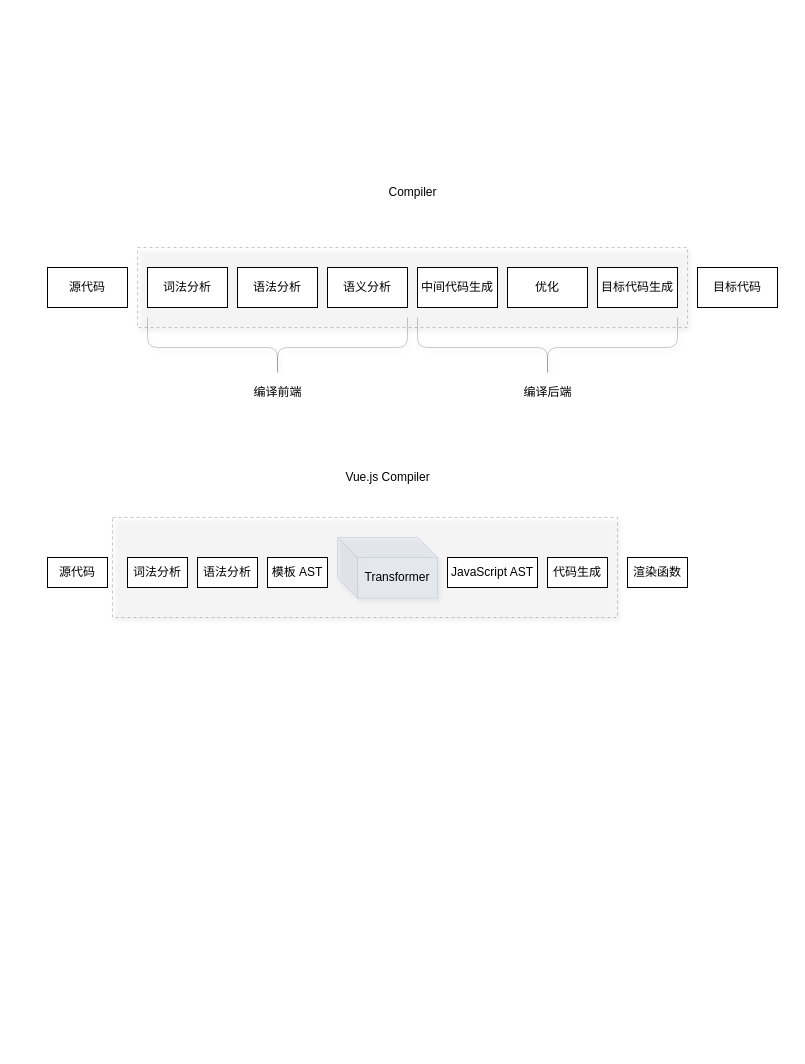
Before: page "编译器" (1 of 2) of books/Vue.js设计与实现/vue.js 3.drawio in yzqzy/notes, a draw.io diagram. Source tidied: cells renumbered, new cells numbered last; positions are measured from the earlier drawing's top-left corner, leaving out a move shared by most shapes. Both pictures are drawn from the tidied source at 100%, with x=0, y=0 at pixel (47, 177).
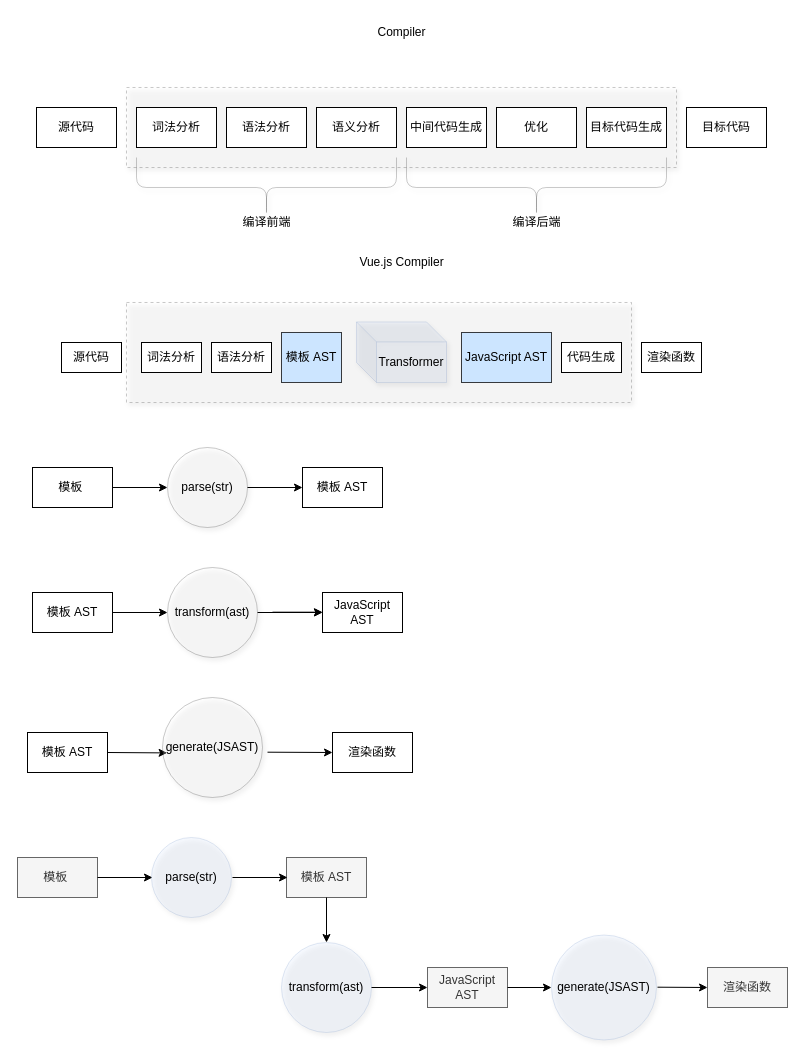
The same page after the edit.

Commit message:
perf(vue3)：vue template to render function

The edit, as a diff of the source:
```diff
@@
     <mxCell id="2" style="rounded=0;whiteSpace=wrap;html=1;shadow=1;opacity=21;dashed=1;fixDash=0;" parent="1" vertex="1">
-      <mxGeometry x="65" y="340" width="505" height="100" as="geometry" />
+      <mxGeometry x="79" y="125" width="505" height="100" as="geometry" />
     </mxCell>
     <mxCell id="3" style="rounded=0;whiteSpace=wrap;html=1;shadow=1;opacity=21;dashed=1;fixDash=0;" parent="1" vertex="1">
-      <mxGeometry x="90" y="70" width="550" height="80" as="geometry" />
+      <mxGeometry x="79" y="-90" width="550" height="80" as="geometry" />
     </mxCell>
     <mxCell id="4" value="Compiler&lt;br&gt;" style="text;html=1;align=center;verticalAlign=middle;strokeColor=none;fillColor=none;" parent="1" vertex="1">
-      <mxGeometry x="330" width="70" height="30" as="geometry" />
+      <mxGeometry x="319" y="-160" width="70" height="30" as="geometry" />
     </mxCell>
     <mxCell id="5" value="源代码" style="whiteSpace=wrap;html=1;" parent="1" vertex="1">
-      <mxGeometry y="90" width="80" height="40" as="geometry" />
+      <mxGeometry x="-11" y="-70" width="80" height="40" as="geometry" />
     </mxCell>
     <mxCell id="6" value="词法分析" style="whiteSpace=wrap;html=1;" parent="1" vertex="1">
-      <mxGeometry x="100" y="90" width="80" height="40" as="geometry" />
+      <mxGeometry x="89" y="-70" width="80" height="40" as="geometry" />
     </mxCell>
     <mxCell id="7" value="语法分析" style="whiteSpace=wrap;html=1;" parent="1" vertex="1">
-      <mxGeometry x="190" y="90" width="80" height="40" as="geometry" />
+      <mxGeometry x="179" y="-70" width="80" height="40" as="geometry" />
     </mxCell>
     <mxCell id="8" value="语义分析" style="whiteSpace=wrap;html=1;" parent="1" vertex="1">
-      <mxGeometry x="280" y="90" width="80" height="40" as="geometry" />
+      <mxGeometry x="269" y="-70" width="80" height="40" as="geometry" />
     </mxCell>
     <mxCell id="9" value="中间代码生成" style="whiteSpace=wrap;html=1;" parent="1" vertex="1">
-      <mxGeometry x="370" y="90" width="80" height="40" as="geometry" />
+      <mxGeometry x="359" y="-70" width="80" height="40" as="geometry" />
     </mxCell>
     <mxCell id="10" value="优化" style="whiteSpace=wrap;html=1;" parent="1" vertex="1">
-      <mxGeometry x="460" y="90" width="80" height="40" as="geometry" />
+      <mxGeometry x="449" y="-70" width="80" height="40" as="geometry" />
     </mxCell>
     <mxCell id="11" value="目标代码生成" style="whiteSpace=wrap;html=1;" parent="1" vertex="1">
-      <mxGeometry x="550" y="90" width="80" height="40" as="geometry" />
+      <mxGeometry x="539" y="-70" width="80" height="40" as="geometry" />
     </mxCell>
     <mxCell id="12" value="目标代码" style="whiteSpace=wrap;html=1;" parent="1" vertex="1">
-      <mxGeometry x="650" y="90" width="80" height="40" as="geometry" />
+      <mxGeometry x="639" y="-70" width="80" height="40" as="geometry" />
     </mxCell>
     <mxCell id="13" style="shape=curlyBracket;whiteSpace=wrap;html=1;rounded=1;flipH=1;shadow=1;opacity=21;direction=north;size=0.5;" parent="1" vertex="1">
-      <mxGeometry x="100" y="140" width="260" height="60" as="geometry" />
+      <mxGeometry x="89" y="-20" width="260" height="60" as="geometry" />
     </mxCell>
     <mxCell id="14" style="shape=curlyBracket;whiteSpace=wrap;html=1;rounded=1;flipH=1;shadow=1;opacity=21;direction=north;size=0.5;" parent="1" vertex="1">
-      <mxGeometry x="370" y="140" width="260" height="60" as="geometry" />
+      <mxGeometry x="359" y="-20" width="260" height="60" as="geometry" />
     </mxCell>
     <mxCell id="15" value="编译前端" style="text;html=1;align=center;verticalAlign=middle;strokeColor=none;fillColor=none;" parent="1" vertex="1">
-      <mxGeometry x="195" y="200" width="70" height="30" as="geometry" />
+      <mxGeometry x="184" y="30" width="70" height="30" as="geometry" />
     </mxCell>
     <mxCell id="16" value="编译后端" style="text;html=1;align=center;verticalAlign=middle;strokeColor=none;fillColor=none;" parent="1" vertex="1">
-      <mxGeometry x="465" y="200" width="70" height="30" as="geometry" />
+      <mxGeometry x="454" y="30" width="70" height="30" as="geometry" />
     </mxCell>
     <mxCell id="17" value="Vue.js Compiler" style="text;html=1;align=center;verticalAlign=middle;strokeColor=none;fillColor=none;" parent="1" vertex="1">
-      <mxGeometry x="285" y="285" width="110" height="30" as="geometry" />
+      <mxGeometry x="299" y="70" width="110" height="30" as="geometry" />
     </mxCell>
     <mxCell id="18" value="源代码" style="whiteSpace=wrap;html=1;" parent="1" vertex="1">
-      <mxGeometry y="380" width="60" height="30" as="geometry" />
+      <mxGeometry x="14" y="165" width="60" height="30" as="geometry" />
     </mxCell>
     <mxCell id="19" value="词法分析" style="whiteSpace=wrap;html=1;" parent="1" vertex="1">
-      <mxGeometry x="80" y="380" width="60" height="30" as="geometry" />
+      <mxGeometry x="94" y="165" width="60" height="30" as="geometry" />
     </mxCell>
     <mxCell id="20" value="语法分析" style="whiteSpace=wrap;html=1;" parent="1" vertex="1">
-      <mxGeometry x="150" y="380" width="60" height="30" as="geometry" />
+      <mxGeometry x="164" y="165" width="60" height="30" as="geometry" />
     </mxCell>
-    <mxCell id="21" value="模板 AST" style="whiteSpace=wrap;html=1;" parent="1" vertex="1">
-      <mxGeometry x="220" y="380" width="60" height="30" as="geometry" />
+    <mxCell id="21" value="模板 AST" style="whiteSpace=wrap;html=1;fillColor=#cce5ff;strokeColor=#36393d;" parent="1" vertex="1">
+      <mxGeometry x="234" y="155" width="60" height="50" as="geometry" />
     </mxCell>
     <mxCell id="22" value="Transformer" style="shape=cube;whiteSpace=wrap;html=1;boundedLbl=1;backgroundOutline=1;darkOpacity=0.05;darkOpacity2=0.1;rounded=0;shadow=1;opacity=21;direction=east;fillColor=#dae8fc;strokeColor=#6c8ebf;" parent="1" vertex="1">
-      <mxGeometry x="290" y="360" width="100" height="60.6" as="geometry" />
+      <mxGeometry x="309" y="144.4" width="90" height="60.6" as="geometry" />
     </mxCell>
-    <mxCell id="23" value="JavaScript AST" style="whiteSpace=wrap;html=1;" parent="1" vertex="1">
-      <mxGeometry x="400" y="380" width="90" height="30" as="geometry" />
+    <mxCell id="23" value="JavaScript AST" style="whiteSpace=wrap;html=1;fillColor=#cce5ff;strokeColor=#36393d;" parent="1" vertex="1">
+      <mxGeometry x="414" y="155" width="90" height="50" as="geometry" />
     </mxCell>
     <mxCell id="24" value="代码生成" style="whiteSpace=wrap;html=1;" parent="1" vertex="1">
-      <mxGeometry x="500" y="380" width="60" height="30" as="geometry" />
+      <mxGeometry x="514" y="165" width="60" height="30" as="geometry" />
     </mxCell>
     <mxCell id="25" value="渲染函数" style="whiteSpace=wrap;html=1;" parent="1" vertex="1">
-      <mxGeometry x="580" y="380" width="60" height="30" as="geometry" />
+      <mxGeometry x="594" y="165" width="60" height="30" as="geometry" />
     </mxCell>
+    <mxCell id="26" value="模板&amp;nbsp;" style="whiteSpace=wrap;html=1;" parent="1" vertex="1">
+      <mxGeometry x="-15" y="290" width="80" height="40" as="geometry" />
+    </mxCell>
+    <mxCell id="27" value="模板 AST" style="whiteSpace=wrap;html=1;" parent="1" vertex="1">
+      <mxGeometry x="255" y="290" width="80" height="40" as="geometry" />
+    </mxCell>
+    <mxCell id="28" value="parse(str)" style="ellipse;whiteSpace=wrap;html=1;rounded=0;shadow=1;opacity=21;" parent="1" vertex="1">
+      <mxGeometry x="120" y="270" width="80" height="80" as="geometry" />
+    </mxCell>
+    <mxCell id="29" style="endArrow=classic;html=1;rounded=0;exitX=1;exitY=0.5;exitDx=0;exitDy=0;entryX=0;entryY=0.5;entryDx=0;entryDy=0;" parent="1" edge="1" source="26" target="28">
+      <mxGeometry relative="1" as="geometry" />
+    </mxCell>
+    <mxCell id="30" style="endArrow=classic;html=1;rounded=0;exitX=1;exitY=0.5;exitDx=0;exitDy=0;" parent="1" edge="1" source="28">
+      <mxGeometry relative="1" as="geometry">
+        <mxPoint x="255" y="310" as="targetPoint" />
+      </mxGeometry>
+    </mxCell>
+    <mxCell id="31" value="模板 AST" style="whiteSpace=wrap;html=1;" parent="1" vertex="1">
+      <mxGeometry x="-15" y="415" width="80" height="40" as="geometry" />
+    </mxCell>
+    <mxCell id="32" value="JavaScript AST" style="whiteSpace=wrap;html=1;" parent="1" vertex="1">
+      <mxGeometry x="275" y="415" width="80" height="40" as="geometry" />
+    </mxCell>
+    <mxCell id="33" style="endArrow=classic;html=1;rounded=0;exitX=1;exitY=0.5;exitDx=0;exitDy=0;" parent="1" edge="1" source="31" target="36">
+      <mxGeometry relative="1" as="geometry" />
+    </mxCell>
+    <mxCell id="34" style="endArrow=classic;html=1;rounded=0;exitX=1;exitY=0.5;exitDx=0;exitDy=0;" parent="1" edge="1">
+      <mxGeometry relative="1" as="geometry">
+        <mxPoint x="225" y="434.7" as="sourcePoint" />
+        <mxPoint x="275" y="434.7" as="targetPoint" />
+      </mxGeometry>
+    </mxCell>
+    <mxCell id="35" style="edgeStyle=orthogonalEdgeStyle;rounded=0;jettySize=auto;html=1;" parent="1" edge="1" source="36" target="32">
+      <mxGeometry relative="1" as="geometry" />
+    </mxCell>
+    <mxCell id="36" value="transform(ast)" style="ellipse;whiteSpace=wrap;html=1;rounded=0;shadow=1;opacity=21;direction=south;" parent="1" vertex="1">
+      <mxGeometry x="120" y="390" width="90" height="90" as="geometry" />
+    </mxCell>
+    <mxCell id="37" value="模板 AST" style="whiteSpace=wrap;html=1;" parent="1" vertex="1">
+      <mxGeometry x="-20" y="555" width="80" height="40" as="geometry" />
+    </mxCell>
+    <mxCell id="38" value="渲染函数" style="whiteSpace=wrap;html=1;" parent="1" vertex="1">
+      <mxGeometry x="285" y="555" width="80" height="40" as="geometry" />
+    </mxCell>
+    <mxCell id="39" style="endArrow=classic;html=1;rounded=0;exitX=1;exitY=0.5;exitDx=0;exitDy=0;entryX=0.554;entryY=1.004;entryDx=0;entryDy=0;entryPerimeter=0;" parent="1" edge="1" source="37">
+      <mxGeometry relative="1" as="geometry">
+        <mxPoint x="119.6" y="575.4" as="targetPoint" />
+      </mxGeometry>
+    </mxCell>
+    <mxCell id="40" style="endArrow=classic;html=1;rounded=0;exitX=1;exitY=0.5;exitDx=0;exitDy=0;entryX=0;entryY=0.5;entryDx=0;entryDy=0;" parent="1" edge="1" target="38">
+      <mxGeometry relative="1" as="geometry">
+        <mxPoint x="220" y="574.7" as="sourcePoint" />
+      </mxGeometry>
+    </mxCell>
+    <mxCell id="41" value="generate(JSAST)" style="ellipse;whiteSpace=wrap;html=1;rounded=0;shadow=1;opacity=21;direction=south;" parent="1" vertex="1">
+      <mxGeometry x="115" y="520" width="100" height="100" as="geometry" />
+    </mxCell>
+    <mxCell id="42" value="模板&amp;nbsp;" style="whiteSpace=wrap;html=1;fillColor=#f5f5f5;fontColor=#333333;strokeColor=#666666;" parent="1" vertex="1">
+      <mxGeometry x="-30" y="680" width="80" height="40" as="geometry" />
+    </mxCell>
+    <mxCell id="43" value="模板 AST" style="whiteSpace=wrap;html=1;fillColor=#f5f5f5;fontColor=#333333;strokeColor=#666666;" parent="1" vertex="1">
+      <mxGeometry x="239" y="680" width="80" height="40" as="geometry" />
+    </mxCell>
+    <mxCell id="44" style="endArrow=classic;html=1;rounded=0;exitX=1;exitY=0.5;exitDx=0;exitDy=0;entryX=0;entryY=0.5;entryDx=0;entryDy=0;" parent="1" edge="1" source="42">
+      <mxGeometry relative="1" as="geometry">
+        <mxPoint x="105" y="700" as="targetPoint" />
+      </mxGeometry>
+    </mxCell>
+    <mxCell id="45" style="endArrow=classic;html=1;rounded=0;exitX=1;exitY=0.5;exitDx=0;exitDy=0;" parent="1" edge="1">
+      <mxGeometry relative="1" as="geometry">
+        <mxPoint x="185" y="700" as="sourcePoint" />
+        <mxPoint x="240" y="700" as="targetPoint" />
+      </mxGeometry>
+    </mxCell>
+    <mxCell id="46" value="parse(str)" style="ellipse;whiteSpace=wrap;html=1;rounded=0;shadow=1;opacity=21;fillColor=#dae8fc;strokeColor=#6c8ebf;" parent="1" vertex="1">
+      <mxGeometry x="104" y="660" width="80" height="80" as="geometry" />
+    </mxCell>
+    <mxCell id="47" value="transform(ast)" style="ellipse;whiteSpace=wrap;html=1;rounded=0;shadow=1;opacity=21;direction=south;fillColor=#dae8fc;strokeColor=#6c8ebf;" parent="1" vertex="1">
+      <mxGeometry x="234" y="765" width="90" height="90" as="geometry" />
+    </mxCell>
+    <mxCell id="48" value="JavaScript AST" style="whiteSpace=wrap;html=1;fillColor=#f5f5f5;fontColor=#333333;strokeColor=#666666;" parent="1" vertex="1">
+      <mxGeometry x="380" y="790" width="80" height="40" as="geometry" />
+    </mxCell>
+    <mxCell id="49" value="渲染函数" style="whiteSpace=wrap;html=1;fillColor=#f5f5f5;fontColor=#333333;strokeColor=#666666;" parent="1" vertex="1">
+      <mxGeometry x="660" y="790" width="80" height="40" as="geometry" />
+    </mxCell>
+    <mxCell id="50" style="endArrow=classic;html=1;rounded=0;exitX=1;exitY=0.5;exitDx=0;exitDy=0;entryX=0;entryY=0.5;entryDx=0;entryDy=0;" parent="1" edge="1" target="49">
+      <mxGeometry relative="1" as="geometry">
+        <mxPoint x="610" y="809.7" as="sourcePoint" />
+      </mxGeometry>
+    </mxCell>
+    <mxCell id="51" value="generate(JSAST)" style="ellipse;whiteSpace=wrap;html=1;rounded=0;shadow=1;opacity=21;direction=south;fillColor=#dae8fc;strokeColor=#6c8ebf;" parent="1" vertex="1">
+      <mxGeometry x="504" y="757.5" width="105" height="105" as="geometry" />
+    </mxCell>
+    <mxCell id="52" style="endArrow=classic;html=1;rounded=0;exitX=0.5;exitY=1;exitDx=0;exitDy=0;entryX=0;entryY=0.5;entryDx=0;entryDy=0;" parent="1" edge="1" source="43" target="47">
+      <mxGeometry relative="1" as="geometry" />
+    </mxCell>
+    <mxCell id="53" style="endArrow=classic;html=1;rounded=0;exitX=0.5;exitY=0;exitDx=0;exitDy=0;entryX=0;entryY=0.5;entryDx=0;entryDy=0;" parent="1" edge="1" source="47" target="48">
+      <mxGeometry relative="1" as="geometry" />
+    </mxCell>
+    <mxCell id="54" style="endArrow=classic;html=1;rounded=0;exitX=1;exitY=0.5;exitDx=0;exitDy=0;entryX=0.5;entryY=1;entryDx=0;entryDy=0;" parent="1" edge="1" source="48" target="51">
+      <mxGeometry relative="1" as="geometry" />
+    </mxCell>
```
